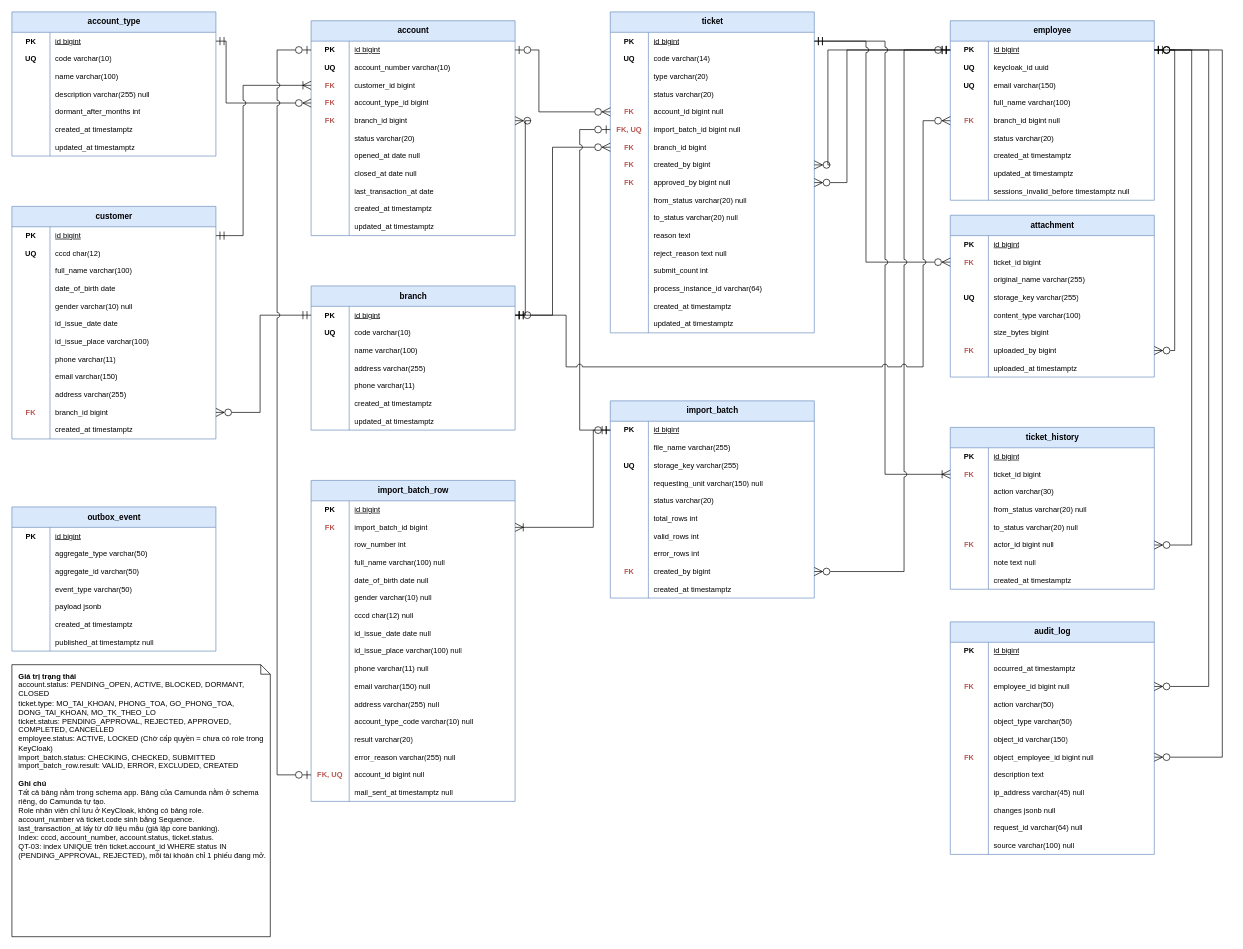
This is docs/diagrams/erd.drawio from Arielne/account-lifecycle-portal, a draw.io file, before an edit. Source tidied: cells renumbered, new cells numbered last; positions are measured from the earlier drawing's top-left corner, leaving out a move shared by most shapes. Both pictures are drawn from the tidied source at 68%, with x=0, y=0 at pixel (12, 12).
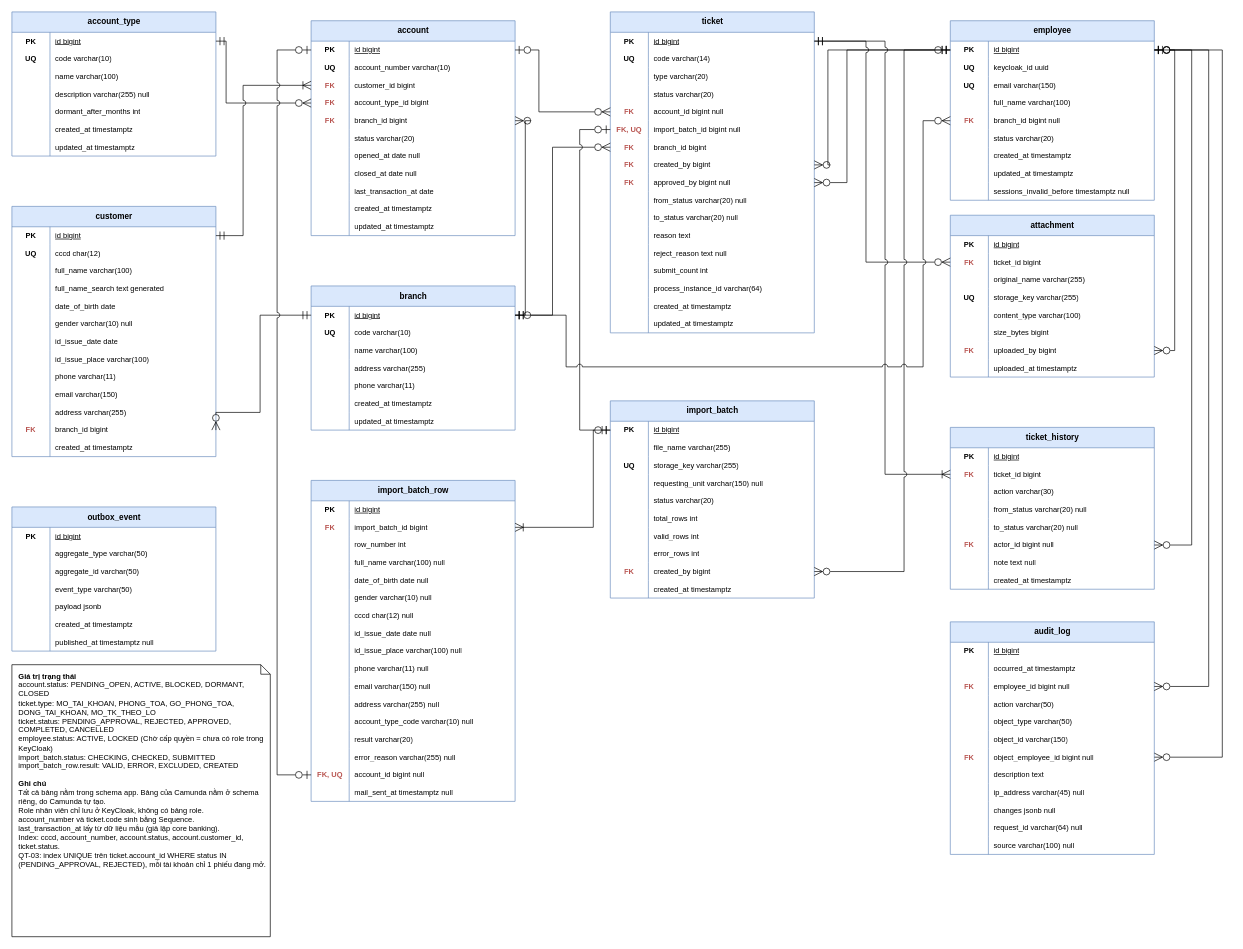
Above is the later version.

What changed in the source:
```diff
@@
     <mxCell id="24" value="customer" style="shape=table;startSize=30;childLayout=tableLayout;rowLines=0;fontStyle=1;align=center;html=1;fillColor=#dae8fc;strokeColor=#6c8ebf;" parent="1" vertex="1">
-      <mxGeometry y="286" width="300" height="342" as="geometry" />
+      <mxGeometry y="286" width="300" height="368" as="geometry" />
     </mxCell>
@@
+    <mxCell id="409" style="shape=tableRow;horizontal=0;startSize=0;swimlaneHead=0;swimlaneBody=0;fillColor=none;top=0;left=0;right=0;bottom=0;html=1;" parent="24" vertex="1">
+      <mxGeometry y="108" width="300" height="26" as="geometry" />
+    </mxCell>
+    <mxCell id="410" style="shape=partialRectangle;fillColor=none;top=0;left=0;bottom=0;right=0;fontStyle=1;overflow=hidden;html=1;whiteSpace=wrap;fontSize=11;" parent="409" vertex="1">
+      <mxGeometry width="56" height="26" as="geometry" />
+    </mxCell>
+    <mxCell id="411" value="full_name_search text generated" style="shape=partialRectangle;fillColor=none;top=0;left=0;bottom=0;right=0;align=left;spacingLeft=6;overflow=hidden;html=1;whiteSpace=wrap;fontSize=11;" parent="409" vertex="1">
+      <mxGeometry x="56" width="244" height="26" as="geometry" />
+    </mxCell>
     <mxCell id="34" style="shape=tableRow;horizontal=0;startSize=0;swimlaneHead=0;swimlaneBody=0;fillColor=none;top=0;left=0;right=0;bottom=0;html=1;" parent="24" vertex="1">
-      <mxGeometry y="108" width="300" height="26" as="geometry" />
+      <mxGeometry y="134" width="300" height="26" as="geometry" />
     </mxCell>
@@
     <mxCell id="37" style="shape=tableRow;horizontal=0;startSize=0;swimlaneHead=0;swimlaneBody=0;fillColor=none;top=0;left=0;right=0;bottom=0;html=1;" parent="24" vertex="1">
-      <mxGeometry y="134" width="300" height="26" as="geometry" />
+      <mxGeometry y="160" width="300" height="26" as="geometry" />
     </mxCell>
@@
     <mxCell id="40" style="shape=tableRow;horizontal=0;startSize=0;swimlaneHead=0;swimlaneBody=0;fillColor=none;top=0;left=0;right=0;bottom=0;html=1;" parent="24" vertex="1">
-      <mxGeometry y="160" width="300" height="26" as="geometry" />
+      <mxGeometry y="186" width="300" height="26" as="geometry" />
     </mxCell>
@@
     <mxCell id="43" style="shape=tableRow;horizontal=0;startSize=0;swimlaneHead=0;swimlaneBody=0;fillColor=none;top=0;left=0;right=0;bottom=0;html=1;" parent="24" vertex="1">
-      <mxGeometry y="186" width="300" height="26" as="geometry" />
+      <mxGeometry y="212" width="300" height="26" as="geometry" />
     </mxCell>
@@
     <mxCell id="46" style="shape=tableRow;horizontal=0;startSize=0;swimlaneHead=0;swimlaneBody=0;fillColor=none;top=0;left=0;right=0;bottom=0;html=1;" parent="24" vertex="1">
-      <mxGeometry y="212" width="300" height="26" as="geometry" />
+      <mxGeometry y="238" width="300" height="26" as="geometry" />
     </mxCell>
@@
     <mxCell id="49" style="shape=tableRow;horizontal=0;startSize=0;swimlaneHead=0;swimlaneBody=0;fillColor=none;top=0;left=0;right=0;bottom=0;html=1;" parent="24" vertex="1">
-      <mxGeometry y="238" width="300" height="26" as="geometry" />
+      <mxGeometry y="264" width="300" height="26" as="geometry" />
     </mxCell>
@@
     <mxCell id="52" style="shape=tableRow;horizontal=0;startSize=0;swimlaneHead=0;swimlaneBody=0;fillColor=none;top=0;left=0;right=0;bottom=0;html=1;" parent="24" vertex="1">
-      <mxGeometry y="264" width="300" height="26" as="geometry" />
+      <mxGeometry y="290" width="300" height="26" as="geometry" />
     </mxCell>
@@
     <mxCell id="55" style="shape=tableRow;horizontal=0;startSize=0;swimlaneHead=0;swimlaneBody=0;fillColor=none;points=[[0,0.5],[1,0.5]];portConstraint=eastwest;top=0;left=0;right=0;bottom=0;html=1;" parent="24" vertex="1">
-      <mxGeometry y="290" width="300" height="26" as="geometry" />
+      <mxGeometry y="316" width="300" height="26" as="geometry" />
     </mxCell>
@@
     <mxCell id="58" style="shape=tableRow;horizontal=0;startSize=0;swimlaneHead=0;swimlaneBody=0;fillColor=none;top=0;left=0;right=0;bottom=0;html=1;" parent="24" vertex="1">
-      <mxGeometry y="316" width="300" height="26" as="geometry" />
+      <mxGeometry y="342" width="300" height="26" as="geometry" />
     </mxCell>
@@
-    <mxCell id="408" value="&lt;b&gt;Giá trị trạng thái&lt;/b&gt;&lt;br&gt;account.status: PENDING_OPEN, ACTIVE, BLOCKED, DORMANT, CLOSED&lt;br&gt;ticket.type: MO_TAI_KHOAN, PHONG_TOA, GO_PHONG_TOA, DONG_TAI_KHOAN, MO_TK_THEO_LO&lt;br&gt;ticket.status: PENDING_APPROVAL, REJECTED, APPROVED, COMPLETED, CANCELLED&lt;br&gt;employee.status: ACTIVE, LOCKED (Chờ cấp quyền = chưa có role trong KeyCloak)&lt;br&gt;import_batch.status: CHECKING, CHECKED, SUBMITTED&lt;br&gt;import_batch_row.result: VALID, ERROR, EXCLUDED, CREATED&lt;br&gt;&lt;br&gt;&lt;b&gt;Ghi chú&lt;/b&gt;&lt;br&gt;Tất cả bảng nằm trong schema app. Bảng của Camunda nằm ở schema riêng, do Camunda tự tạo.&lt;br&gt;Role nhân viên chỉ lưu ở KeyCloak, không có bảng role.&lt;br&gt;account_number và ticket.code sinh bằng Sequence.&lt;br&gt;last_transaction_at lấy từ dữ liệu mẫu (giả lập core banking).&lt;br&gt;Index: cccd, account_number, account.status, ticket.status.&lt;br&gt;QT-03: index UNIQUE trên ticket.account_id WHERE status IN (PENDING_APPROVAL, REJECTED), mỗi tài khoản chỉ 1 phiếu đang mở." style="shape=note;whiteSpace=wrap;html=1;size=14;align=left;verticalAlign=top;spacingLeft=8;spacingTop=4;fontSize=11;" parent="1" vertex="1">
+    <mxCell id="408" value="&lt;b&gt;Giá trị trạng thái&lt;/b&gt;&lt;br&gt;account.status: PENDING_OPEN, ACTIVE, BLOCKED, DORMANT, CLOSED&lt;br&gt;ticket.type: MO_TAI_KHOAN, PHONG_TOA, GO_PHONG_TOA, DONG_TAI_KHOAN, MO_TK_THEO_LO&lt;br&gt;ticket.status: PENDING_APPROVAL, REJECTED, APPROVED, COMPLETED, CANCELLED&lt;br&gt;employee.status: ACTIVE, LOCKED (Chờ cấp quyền = chưa có role trong KeyCloak)&lt;br&gt;import_batch.status: CHECKING, CHECKED, SUBMITTED&lt;br&gt;import_batch_row.result: VALID, ERROR, EXCLUDED, CREATED&lt;br&gt;&lt;br&gt;&lt;b&gt;Ghi chú&lt;/b&gt;&lt;br&gt;Tất cả bảng nằm trong schema app. Bảng của Camunda nằm ở schema riêng, do Camunda tự tạo.&lt;br&gt;Role nhân viên chỉ lưu ở KeyCloak, không có bảng role.&lt;br&gt;account_number và ticket.code sinh bằng Sequence.&lt;br&gt;last_transaction_at lấy từ dữ liệu mẫu (giả lập core banking).&lt;br&gt;Index: cccd, account_number, account.status, account.customer_id, ticket.status.&lt;br&gt;QT-03: index UNIQUE trên ticket.account_id WHERE status IN (PENDING_APPROVAL, REJECTED), mỗi tài khoản chỉ 1 phiếu đang mở." style="shape=note;whiteSpace=wrap;html=1;size=14;align=left;verticalAlign=top;spacingLeft=8;spacingTop=4;fontSize=11;" parent="1" vertex="1">
       <mxGeometry y="960" width="380" height="400" as="geometry" />
     </mxCell>
```
